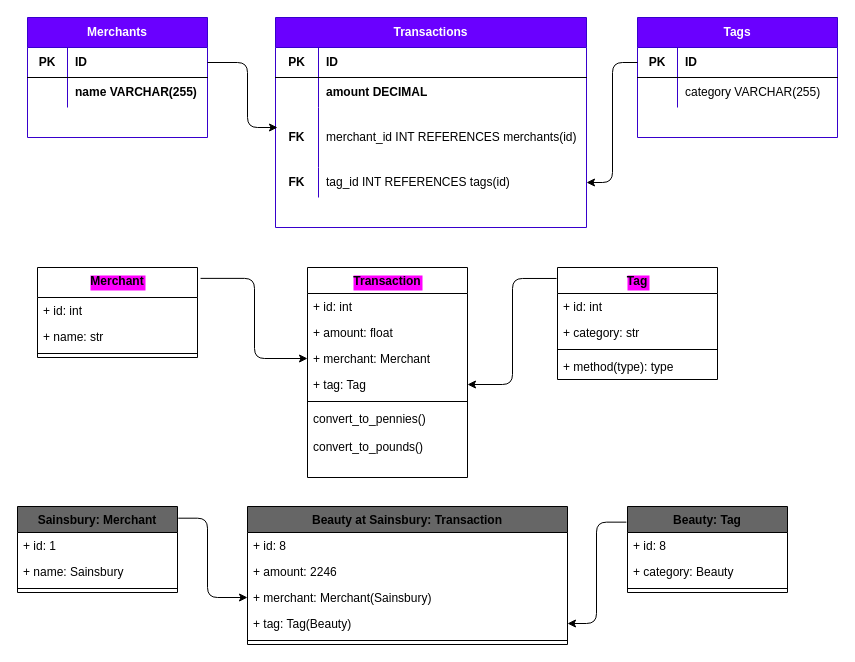
This is planning/planning.drawio from Astra-Gal/budgie_budget_python, a draw.io file, before an edit. Source tidied: cells renumbered, new cells numbered last; positions are measured from the earlier drawing's top-left corner, leaving out a move shared by most shapes. Both pictures are drawn from the tidied source at 100%, with x=0, y=0 at pixel (17, 17).
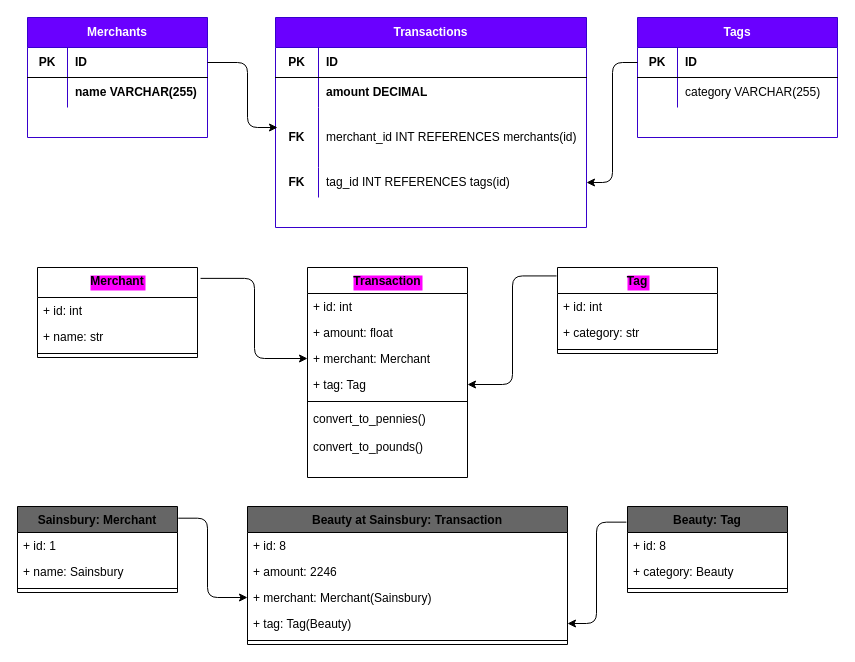
After the change.

Diff of the diagram source:
```diff
@@
     <mxCell id="42" value="Tag" style="swimlane;fontStyle=1;align=center;verticalAlign=top;horizontal=1;startSize=26;labelBackgroundColor=#FF00FF;" parent="1" vertex="1">
-      <mxGeometry x="540" y="250" width="160" height="112" as="geometry" />
+      <mxGeometry x="540" y="250" width="160" height="86" as="geometry" />
     </mxCell>
@@
-    <mxCell id="46" value="+ method(type): type" style="text;strokeColor=none;fillColor=none;align=left;verticalAlign=top;spacingLeft=4;spacingRight=4;overflow=hidden;" parent="42" vertex="1">
-      <mxGeometry y="86" width="160" height="26" as="geometry" />
-    </mxCell>
```
